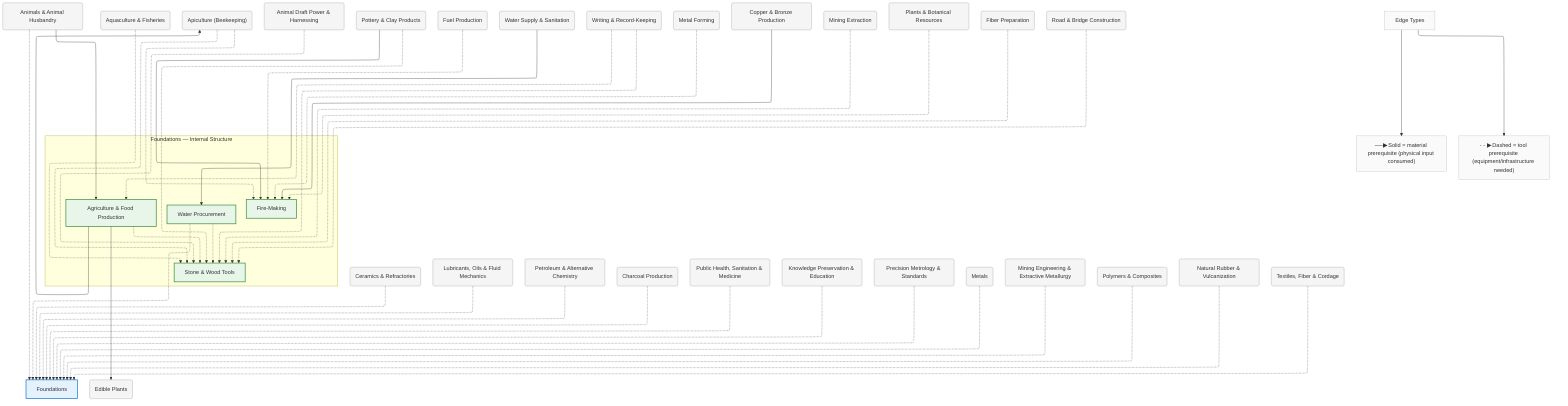
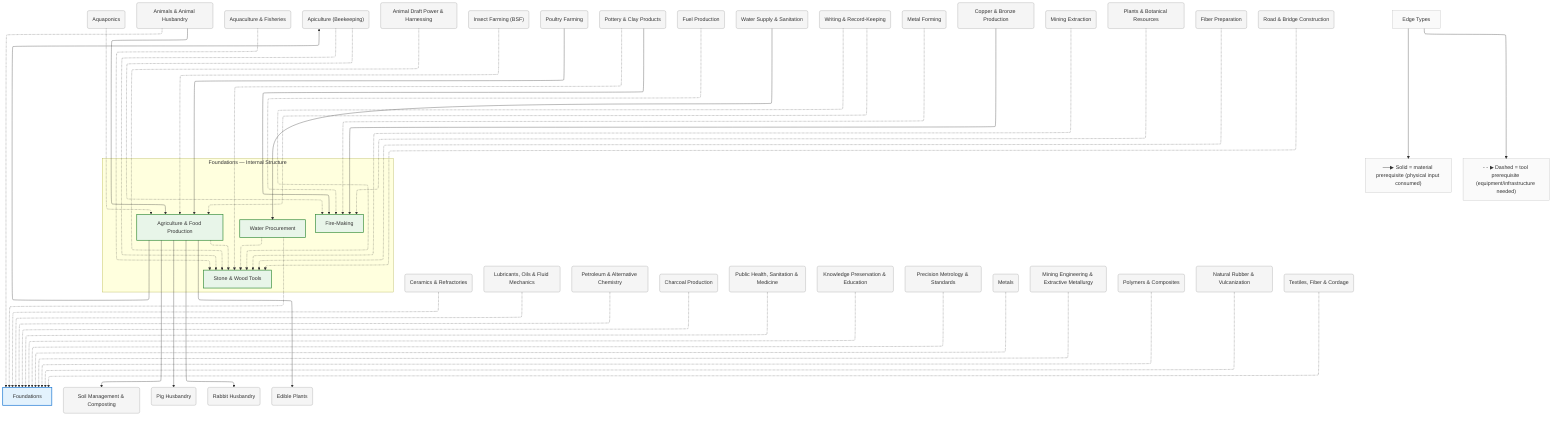
%%{init: {"flowchart": {"defaultRenderer": "elk", "htmlLabels": true}}}%%
graph TD
    %% Domain: Foundations

    %% ==================== INTERNAL NODES ====================
    subgraph foundations_internal ["Foundations — Internal Structure"]
        direction TB
        foundations_fire["Fire-Making"]
        foundations_tools-basic["Stone & Wood Tools"]
        foundations_food-agriculture["Agriculture & Food Production"]
        foundations_water-procurement["Water Procurement"]
    end

    %% ==================== DOMAIN NODE ====================
    foundations["Foundations"]

    %% ==================== EXTERNAL DEPENDENCIES ====================
+     agriculture_aquaponics("Aquaponics")
+     agriculture_soil-management("Soil Management & Composting")
    animals("Animals & Animal Husbandry")
    animals_aquaculture("Aquaculture & Fisheries")
    animals_beekeeping("Apiculture (Beekeeping)")
    animals_draft-power("Animal Draft Power & Harnessing")
+     animals_insect-farming("Insect Farming (BSF)")
+     animals_pigs("Pig Husbandry")
+     animals_poultry("Poultry Farming")
+     animals_rabbits("Rabbit Husbandry")
    ceramics("Ceramics & Refractories")
    ceramics_pottery("Pottery & Clay Products")
    chemistry_lubricants("Lubricants, Oils & Fluid Mechanics")
    chemistry_petroleum-alternatives("Petroleum & Alternative Chemistry")
    energy_fuels("Fuel Production")
    energy_fuels_charcoal("Charcoal Production")
    health("Public Health, Sanitation & Medicine")
    health_sanitation("Water Supply & Sanitation")
    knowledge("Knowledge Preservation & Education")
    knowledge_writing("Writing & Record-Keeping")
    machine-tools_forming("Metal Forming")
    measurement_precision-metrology("Precision Metrology & Standards")
    metals("Metals")
    metals_copper-bronze("Copper & Bronze Production")
    mining("Mining Engineering & Extractive Metallurgy")
    mining_extraction("Mining Extraction")
    plants("Plants & Botanical Resources")
    plants_edible-plants("Edible Plants")
    polymers("Polymers & Composites")
    polymers_rubber_natural("Natural Rubber & Vulcanization")
    textiles("Textiles, Fiber & Cordage")
    textiles_fibers("Fiber Preparation")
    transport_roads("Road & Bridge Construction")

    %% ==================== EDGES ====================
    foundations_food-agriculture -.-> foundations_tools-basic
    foundations_water-procurement -.-> foundations
    foundations_water-procurement -.-> foundations_tools-basic
    metals -.-> foundations
    knowledge -.-> foundations
    measurement_precision-metrology -.-> foundations
    health -.-> foundations
    ceramics -.-> foundations
    textiles -.-> foundations
    chemistry_lubricants -.-> foundations
    mining -.-> foundations
    chemistry_petroleum-alternatives -.-> foundations
    polymers -.-> foundations
    energy_fuels_charcoal -.-> foundations
    polymers_rubber_natural -.-> foundations
    energy_fuels -.-> foundations_fire
    ceramics_pottery --> foundations_fire
    metals_copper-bronze --> foundations_fire
    machine-tools_forming -.-> foundations_fire
    mining_extraction -.-> foundations_tools-basic
    ceramics_pottery -.-> foundations_tools-basic
    textiles_fibers -.-> foundations_tools-basic
    knowledge_writing -.-> foundations_tools-basic
    transport_roads -.-> foundations_tools-basic
    knowledge_writing -.-> foundations_food-agriculture
    plants -.-> foundations_fire
    foundations_food-agriculture --> plants_edible-plants
    animals -.-> foundations
    animals --> foundations_food-agriculture
    animals_draft-power -.-> foundations_tools-basic
    animals_beekeeping -.-> foundations_fire
    animals_beekeeping -.-> foundations_tools-basic
    animals_aquaculture -.-> foundations_tools-basic
    foundations_food-agriculture --> animals_beekeeping
    health_sanitation --> foundations_water-procurement
+     foundations_food-agriculture --> animals_pigs
+     foundations_food-agriculture --> animals_rabbits
+     animals_insect-farming -.-> foundations_food-agriculture
+     animals_poultry --> foundations_food-agriculture
+     foundations_food-agriculture --> agriculture_soil-management
+     agriculture_aquaponics -.-> foundations_food-agriculture

    %% ==================== EDGE TYPE LEGEND ====================
    EdgeLegend["Edge Types"]
    EdgeLegend --> MatNote["──▶ Solid = material prerequisite (physical input consumed)"]
    EdgeLegend --> ToolNote["- - ▶ Dashed = tool prerequisite (equipment/infrastructure needed)"]

    %% ==================== STYLING ====================
    classDef domain fill:#e3f2fd,stroke:#1976d2,stroke-width:2px
    classDef capability fill:#e8f5e9,stroke:#388e3c,stroke-width:2px
    classDef process fill:#fff3e0,stroke:#f57c00,stroke-width:2px
    classDef critical fill:#fff3e0,stroke:#f57c00,stroke-width:3px
    classDef earlyWin fill:#e8f5e9,stroke:#388e3c,stroke-width:3px
    classDef pinnacle fill:#fce4ec,stroke:#c62828,stroke-width:3px
    classDef external fill:#f5f5f5,stroke:#9e9e9e,stroke-width:1px
    classDef legend fill:#fafafa,stroke:#bdbdbd,stroke-width:1px
    class foundations domain
    class foundations_fire capability
    class foundations_tools-basic capability
    class foundations_food-agriculture capability
    class foundations_water-procurement capability
+     class agriculture_aquaponics external
+     class agriculture_soil-management external
    class animals external
    class animals_aquaculture external
    class animals_beekeeping external
    class animals_draft-power external
+     class animals_insect-farming external
+     class animals_pigs external
+     class animals_poultry external
+     class animals_rabbits external
    class ceramics external
    class ceramics_pottery external
    class chemistry_lubricants external
    class chemistry_petroleum-alternatives external
    class energy_fuels external
    class energy_fuels_charcoal external
    class health external
    class health_sanitation external
    class knowledge external
    class knowledge_writing external
    class machine-tools_forming external
    class measurement_precision-metrology external
    class metals external
    class metals_copper-bronze external
    class mining external
    class mining_extraction external
    class plants external
    class plants_edible-plants external
    class polymers external
    class polymers_rubber_natural external
    class textiles external
    class textiles_fibers external
    class transport_roads external
    class EdgeLegend,MatNote,ToolNote legend
